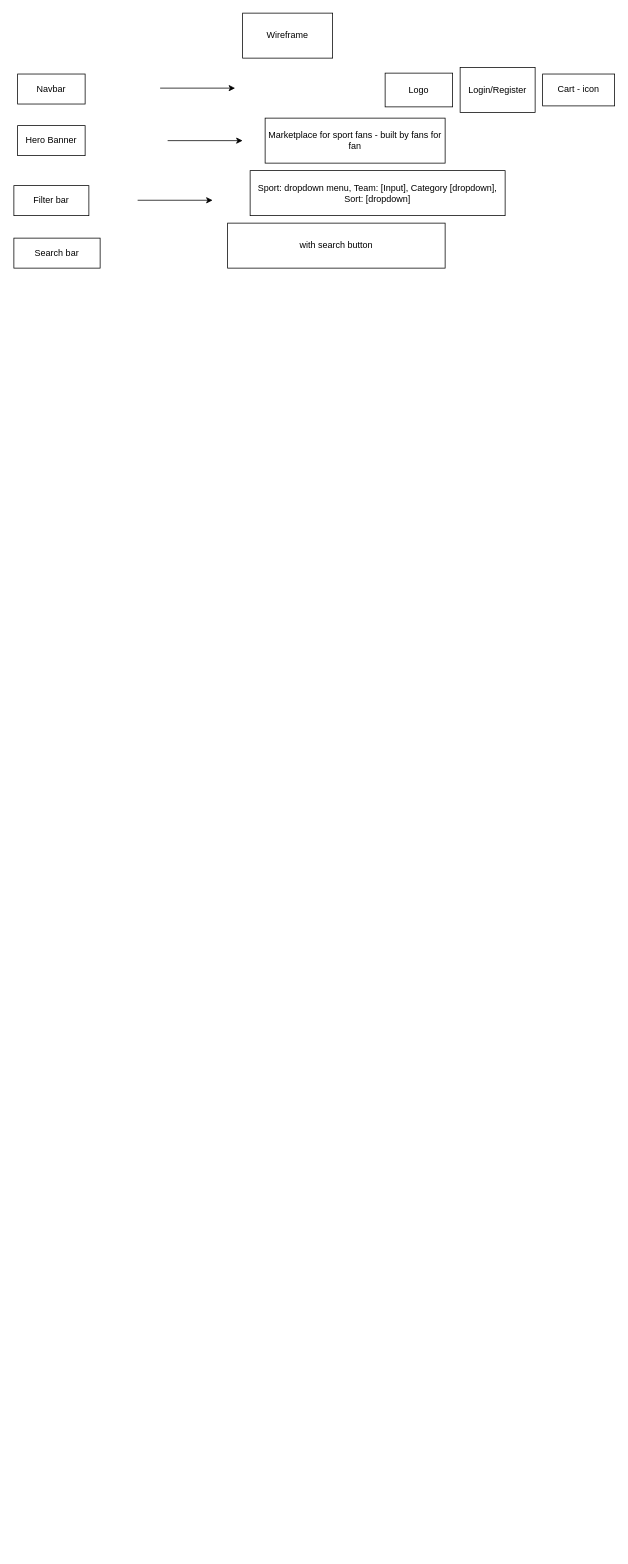
Earlier version of the draw.io diagram page "Page-2" (2 of 4) of planning.drawio (faikguler/Shop-for-Sports-fans). Source tidied: cells renumbered, new cells numbered last; positions are measured from the earlier drawing's top-left corner, leaving out a move shared by most shapes. Both pictures are drawn from the tidied source at 75%, with x=0, y=0 at pixel (14, 13).
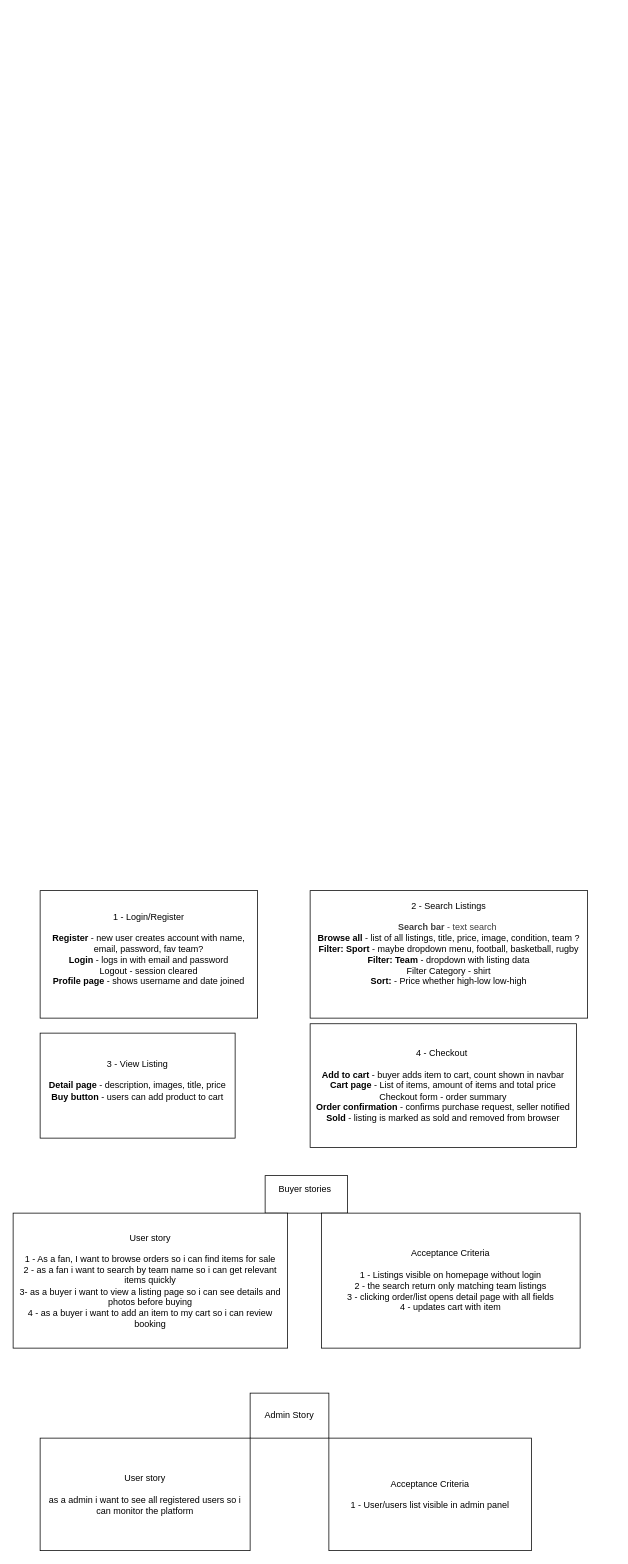
After the change.

What changed in the source:
```diff
@@
 <mxGraphModel>
   <root>
     <mxCell id="0" />
     <mxCell id="1" parent="0" />
-    <mxCell id="2" value="Wireframe" style="rounded=0;whiteSpace=wrap;html=1;" parent="1" vertex="1">
-      <mxGeometry x="305" width="120" height="60" as="geometry" />
-    </mxCell>
-    <mxCell id="3" value="Navbar" style="rounded=0;whiteSpace=wrap;html=1;" parent="1" vertex="1">
-      <mxGeometry x="5" y="81.2" width="90" height="40" as="geometry" />
-    </mxCell>
-    <mxCell id="4" value="Logo" style="rounded=0;whiteSpace=wrap;html=1;" parent="1" vertex="1">
-      <mxGeometry x="495" y="80" width="90" height="45" as="geometry" />
-    </mxCell>
-    <mxCell id="5" value="Login/Register" style="rounded=0;whiteSpace=wrap;html=1;" parent="1" vertex="1">
-      <mxGeometry x="595" y="72.5" width="100" height="60" as="geometry" />
-    </mxCell>
-    <mxCell id="6" value="Cart - icon" style="rounded=0;whiteSpace=wrap;html=1;" parent="1" vertex="1">
-      <mxGeometry x="705" y="81.2" width="96" height="42.5" as="geometry" />
-    </mxCell>
-    <mxCell id="7" value="Hero Banner" style="rounded=0;whiteSpace=wrap;html=1;" parent="1" vertex="1">
-      <mxGeometry x="5" y="150" width="90" height="40" as="geometry" />
-    </mxCell>
-    <mxCell id="8" value="Marketplace for sport fans - built by fans for fan" style="rounded=0;whiteSpace=wrap;html=1;" parent="1" vertex="1">
-      <mxGeometry x="335" y="140" width="240" height="60" as="geometry" />
-    </mxCell>
-    <mxCell id="9" value="Filter bar" style="rounded=0;whiteSpace=wrap;html=1;" parent="1" vertex="1">
-      <mxGeometry y="230" width="100" height="40" as="geometry" />
-    </mxCell>
-    <mxCell id="10" value="Sport: dropdown menu, Team: [Input], Category [dropdown], Sort: [dropdown]" style="rounded=0;whiteSpace=wrap;html=1;" parent="1" vertex="1">
-      <mxGeometry x="315" y="210" width="340" height="60" as="geometry" />
-    </mxCell>
-    <mxCell id="11" value="Search bar" style="rounded=0;whiteSpace=wrap;html=1;" parent="1" vertex="1">
-      <mxGeometry y="300" width="115" height="40" as="geometry" />
-    </mxCell>
-    <mxCell id="12" style="endArrow=classic;html=1;" parent="1" edge="1">
-      <mxGeometry relative="1" as="geometry">
-        <mxPoint x="165" y="249.5" as="sourcePoint" />
-        <mxPoint x="265" y="249.5" as="targetPoint" />
-      </mxGeometry>
-    </mxCell>
-    <mxCell id="13" style="endArrow=classic;html=1;" parent="1" edge="1">
-      <mxGeometry relative="1" as="geometry">
-        <mxPoint x="205" y="170" as="sourcePoint" />
-        <mxPoint x="305" y="170" as="targetPoint" />
-      </mxGeometry>
-    </mxCell>
-    <mxCell id="14" style="endArrow=classic;html=1;" parent="1" edge="1">
-      <mxGeometry relative="1" as="geometry">
-        <mxPoint x="195" y="100" as="sourcePoint" />
-        <mxPoint x="295" y="100" as="targetPoint" />
-      </mxGeometry>
-    </mxCell>
-    <mxCell id="15" value="with search button" style="rounded=0;whiteSpace=wrap;html=1;" parent="1" vertex="1">
-      <mxGeometry x="285" y="280" width="290" height="60" as="geometry" />
-    </mxCell>
+    <mxCell id="16" value="1 - Login/Register&lt;div&gt;&lt;font color=&quot;#000000&quot;&gt;&lt;br&gt;&lt;/font&gt;&lt;div&gt;&lt;b&gt;Register&lt;/b&gt; - new user creates account with name, email, password, fav team?&lt;/div&gt;&lt;div&gt;&lt;b&gt;Login&lt;/b&gt; - logs in with email and password&lt;/div&gt;&lt;div&gt;Logout - session cleared&lt;/div&gt;&lt;div&gt;&lt;b&gt;Profile page&lt;/b&gt; - shows username and date joined&lt;/div&gt;&lt;div&gt;&lt;br&gt;&lt;/div&gt;&lt;/div&gt;" style="rounded=0;whiteSpace=wrap;html=1;" parent="1" vertex="1">
+      <mxGeometry x="35" y="1170" width="290" height="170" as="geometry" />
+    </mxCell>
+    <mxCell id="17" value="2 - Search Listings&lt;div&gt;&lt;span style=&quot;color: rgb(63, 63, 63); background-color: transparent;&quot;&gt;&lt;br&gt;&lt;/span&gt;&lt;/div&gt;&lt;div&gt;&lt;span style=&quot;color: rgb(63, 63, 63); background-color: transparent;&quot;&gt;&lt;b&gt;Search bar&lt;/b&gt; - text search&amp;nbsp;&lt;/span&gt;&lt;div&gt;&lt;b&gt;Browse all&lt;/b&gt; - list of all listings, title, price, image, condition, team ?&lt;/div&gt;&lt;div&gt;&lt;b&gt;Filter: Sport&lt;/b&gt; - maybe dropdown menu, football, basketball, rugby&lt;/div&gt;&lt;div&gt;&lt;b&gt;Filter: Team&lt;/b&gt; - dropdown with listing data&lt;/div&gt;&lt;div&gt;Filter Category - shirt&lt;/div&gt;&lt;div&gt;&lt;b&gt;Sort:&lt;/b&gt; - Price whether high-low low-high&lt;/div&gt;&lt;div&gt;&lt;br&gt;&lt;/div&gt;&lt;div&gt;&lt;br&gt;&lt;/div&gt;&lt;/div&gt;" style="rounded=0;whiteSpace=wrap;html=1;" parent="1" vertex="1">
+      <mxGeometry x="395" y="1170" width="370" height="170" as="geometry" />
+    </mxCell>
+    <mxCell id="18" value="3 - View Listing&lt;div&gt;&lt;font color=&quot;#000000&quot;&gt;&lt;br&gt;&lt;/font&gt;&lt;div&gt;&lt;b&gt;Detail page &lt;/b&gt;- description, images, title, price&lt;/div&gt;&lt;div&gt;&lt;b&gt;Buy button&lt;/b&gt; - users can add product to cart&lt;/div&gt;&lt;div&gt;&lt;br&gt;&lt;/div&gt;&lt;/div&gt;" style="rounded=0;whiteSpace=wrap;html=1;" parent="1" vertex="1">
+      <mxGeometry x="35" y="1360" width="260" height="140" as="geometry" />
+    </mxCell>
+    <mxCell id="19" value="4 - Checkout&amp;nbsp;&lt;div&gt;&lt;font color=&quot;#000000&quot;&gt;&lt;br&gt;&lt;/font&gt;&lt;div&gt;&lt;b&gt;Add to cart&lt;/b&gt; - buyer adds item to cart, count shown in navbar&lt;/div&gt;&lt;div&gt;&lt;b&gt;Cart page &lt;/b&gt;- List of items, amount of items and total price&lt;/div&gt;&lt;div&gt;Checkout form - order summary&lt;/div&gt;&lt;div&gt;&lt;b&gt;Order confirmation &lt;/b&gt;- confirms purchase request, seller notified&lt;/div&gt;&lt;div&gt;&lt;b&gt;Sold&lt;/b&gt; - listing is marked as sold and removed from browser&lt;/div&gt;&lt;/div&gt;" style="rounded=0;whiteSpace=wrap;html=1;" parent="1" vertex="1">
+      <mxGeometry x="395" y="1347.5" width="355" height="165" as="geometry" />
+    </mxCell>
+    <mxCell id="20" value="Buyer stories&amp;nbsp;&lt;div&gt;&lt;br&gt;&lt;/div&gt;" style="rounded=0;whiteSpace=wrap;html=1;" parent="1" vertex="1">
+      <mxGeometry x="335" y="1550" width="110" height="50" as="geometry" />
+    </mxCell>
+    <mxCell id="21" value="User story&lt;div&gt;&lt;font color=&quot;#000000&quot;&gt;&lt;br&gt;&lt;/font&gt;&lt;div&gt;1 - As a fan, I want to browse orders so i can find items for sale&lt;/div&gt;&lt;/div&gt;&lt;div&gt;2 - as a fan i want to search by team name so i can get relevant items quickly&lt;/div&gt;&lt;div&gt;3- as a buyer i want to view a listing page so i can see details and photos before buying&lt;/div&gt;&lt;div&gt;4 - as a buyer i want to add an item to my cart so i can review booking&lt;/div&gt;" style="rounded=0;whiteSpace=wrap;html=1;" parent="1" vertex="1">
+      <mxGeometry x="-1" y="1600" width="366" height="180" as="geometry" />
+    </mxCell>
+    <mxCell id="22" value="Acceptance Criteria&lt;div&gt;&lt;br&gt;&lt;/div&gt;&lt;div&gt;1 - Listings visible on homepage without login&lt;/div&gt;&lt;div&gt;2 - the search return only matching team listings&lt;/div&gt;&lt;div&gt;3 - clicking order/list opens detail page with all fields&lt;/div&gt;&lt;div&gt;4 - updates cart with item&lt;/div&gt;" style="rounded=0;whiteSpace=wrap;html=1;" parent="1" vertex="1">
+      <mxGeometry x="410" y="1600" width="345" height="180" as="geometry" />
+    </mxCell>
+    <mxCell id="23" value="Admin Story" style="rounded=0;whiteSpace=wrap;html=1;" parent="1" vertex="1">
+      <mxGeometry x="315" y="1840" width="105" height="60" as="geometry" />
+    </mxCell>
+    <mxCell id="24" value="User story&lt;div&gt;&lt;br&gt;&lt;/div&gt;&lt;div&gt;as a admin i want to see all registered users so i can monitor the platform&lt;/div&gt;" style="rounded=0;whiteSpace=wrap;html=1;" parent="1" vertex="1">
+      <mxGeometry x="35" y="1900" width="280" height="150" as="geometry" />
+    </mxCell>
+    <mxCell id="25" value="Acceptance Criteria&lt;div&gt;&lt;br&gt;&lt;/div&gt;&lt;div&gt;1 - User/users list visible in admin panel&lt;/div&gt;" style="rounded=0;whiteSpace=wrap;html=1;" parent="1" vertex="1">
+      <mxGeometry x="420" y="1900" width="270" height="150" as="geometry" />
+    </mxCell>
   </root>
 </mxGraphModel>
```
